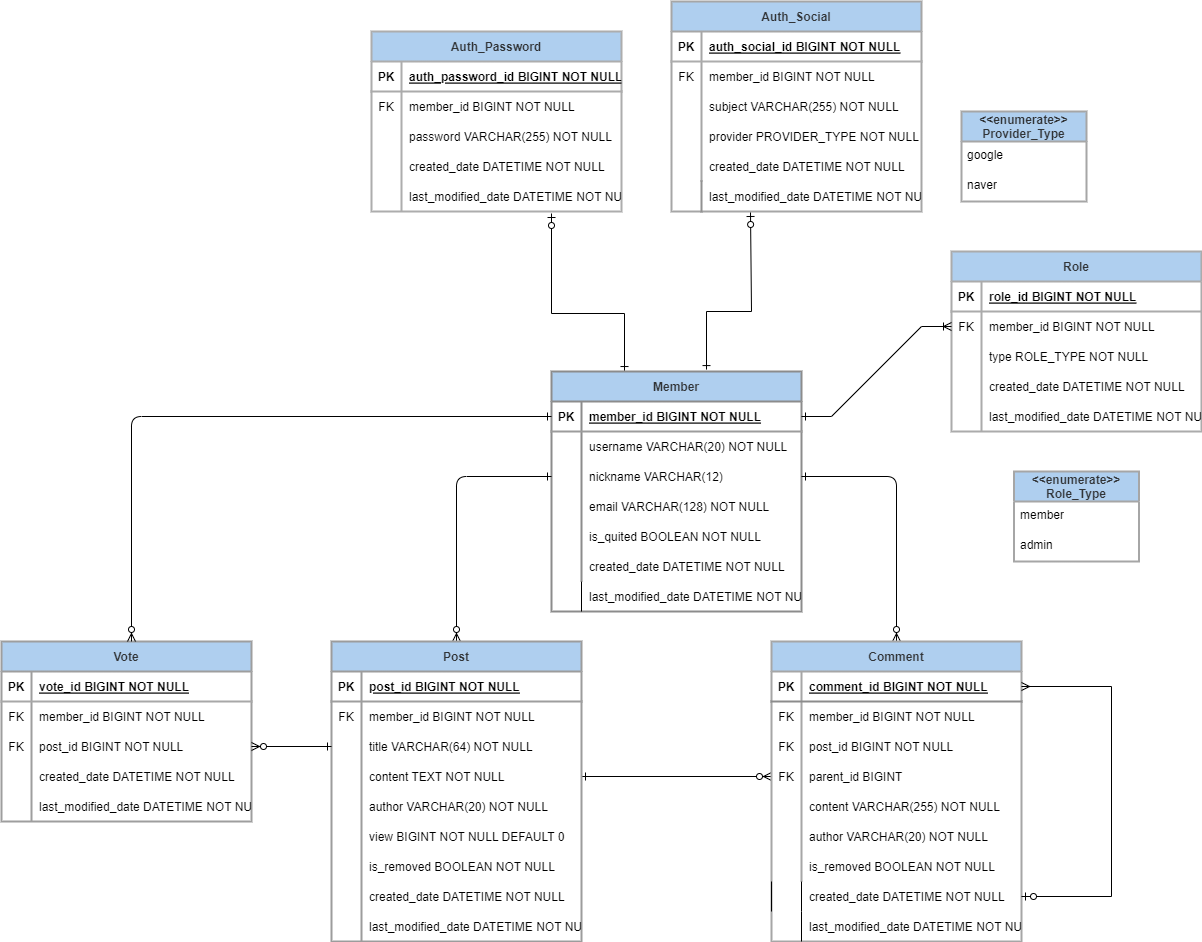
ohoon/spring-board-v2 keeps this draw.io diagram as ERD.png. Above is the earlier version. Source tidied: cells renumbered, new cells last; positions are measured from the earlier drawing's top-left corner, leaving out a move shared by most shapes.
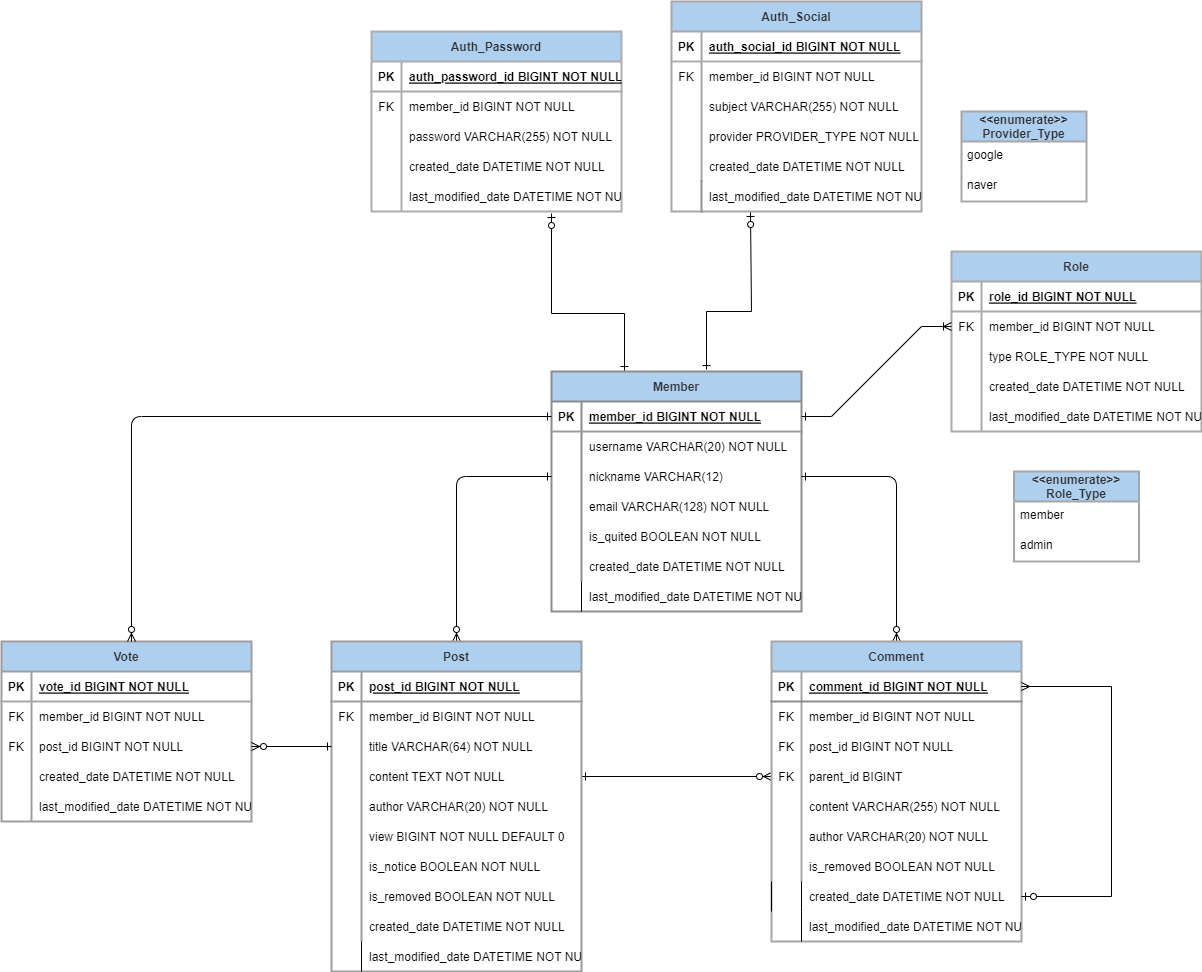
After the change.

What changed in the source:
```diff
@@ -82,7 +82,7 @@
       <mxGeometry relative="1" as="geometry" />
     </mxCell>
     <mxCell id="24" value="Post" style="shape=table;startSize=30;rowLines=0;fontStyle=1;align=center;fillColor=#afcfef;strokeColor=#9c9c9c;fontColor=#242424;labelBackgroundColor=none;rounded=0;shadow=0;strokeWidth=2;textOpacity=90;" parent="1" vertex="1">
-      <mxGeometry x="330" y="640" width="250" height="300" as="geometry" />
+      <mxGeometry x="330" y="640" width="250" height="330" as="geometry" />
     </mxCell>
     <mxCell id="25" style="shape=partialRectangle;fillColor=none;top=0;left=0;right=0;bottom=1;strokeWidth=2;strokeColor=#9e9e9e;" parent="24" vertex="1">
       <mxGeometry y="30" width="250" height="30" as="geometry" />
@@ -144,7 +144,7 @@
     <mxCell id="44" style="shape=partialRectangle;overflow=hidden;fillColor=none;top=0;left=0;bottom=0;right=0;" parent="43" vertex="1">
       <mxGeometry width="30" height="30" as="geometry" />
     </mxCell>
-    <mxCell id="45" value="is_removed BOOLEAN NOT NULL" style="shape=partialRectangle;overflow=hidden;fillColor=none;top=0;left=0;bottom=0;right=0;align=left;spacingLeft=6;" parent="43" vertex="1">
+    <mxCell id="45" value="is_notice BOOLEAN NOT NULL" style="shape=partialRectangle;overflow=hidden;fillColor=none;top=0;left=0;bottom=0;right=0;align=left;spacingLeft=6;" parent="43" vertex="1">
       <mxGeometry x="30" width="220" height="30" as="geometry" />
     </mxCell>
     <mxCell id="46" style="shape=partialRectangle;fillColor=none;top=0;left=0;right=0;bottom=0;" parent="24" vertex="1">
@@ -153,7 +153,7 @@
     <mxCell id="47" style="shape=partialRectangle;overflow=hidden;fillColor=none;top=0;left=0;bottom=0;right=0;" parent="46" vertex="1">
       <mxGeometry width="30" height="30" as="geometry" />
     </mxCell>
-    <mxCell id="48" value="created_date DATETIME NOT NULL" style="shape=partialRectangle;overflow=hidden;fillColor=none;top=0;left=0;bottom=0;right=0;align=left;spacingLeft=6;" parent="46" vertex="1">
+    <mxCell id="48" value="is_removed BOOLEAN NOT NULL" style="shape=partialRectangle;overflow=hidden;fillColor=none;top=0;left=0;bottom=0;right=0;align=left;spacingLeft=6;" parent="46" vertex="1">
       <mxGeometry x="30" width="220" height="30" as="geometry" />
     </mxCell>
     <mxCell id="49" style="shape=partialRectangle;fillColor=none;top=0;left=0;right=0;bottom=0;" parent="24" vertex="1">
@@ -162,7 +162,7 @@
     <mxCell id="50" style="shape=partialRectangle;overflow=hidden;fillColor=none;top=0;left=0;bottom=0;right=0;" parent="49" vertex="1">
       <mxGeometry width="30" height="30" as="geometry" />
     </mxCell>
-    <mxCell id="51" value="last_modified_date DATETIME NOT NULL" style="shape=partialRectangle;overflow=hidden;fillColor=none;top=0;left=0;bottom=0;right=0;align=left;spacingLeft=6;" parent="49" vertex="1">
+    <mxCell id="51" value="created_date DATETIME NOT NULL" style="shape=partialRectangle;overflow=hidden;fillColor=none;top=0;left=0;bottom=0;right=0;align=left;spacingLeft=6;" parent="49" vertex="1">
       <mxGeometry x="30" width="220" height="30" as="geometry" />
     </mxCell>
     <mxCell id="52" value="Comment" style="shape=table;startSize=30;rowLines=0;fontStyle=1;align=center;fillColor=#afcfef;strokeColor=#a6a6a6;fontColor=#242424;labelBackgroundColor=none;rounded=0;shadow=0;strokeWidth=2;textOpacity=90;" parent="1" vertex="1">
@@ -520,5 +520,8 @@
     <mxCell id="161" value="naver" style="text;strokeColor=none;fillColor=none;spacingLeft=4;spacingRight=4;overflow=hidden;fontSize=12;whiteSpace=wrap;html=1;" parent="159" vertex="1">
       <mxGeometry y="60" width="125" height="30" as="geometry" />
     </mxCell>
+    <mxCell id="162" value="last_modified_date DATETIME NOT NULL" style="shape=partialRectangle;overflow=hidden;fillColor=none;top=0;left=1;bottom=0;right=0;align=left;spacingLeft=6;" parent="1" vertex="1">
+      <mxGeometry x="360" y="940" width="220" height="30" as="geometry" />
+    </mxCell>
   </root>
 </mxGraphModel>
```
